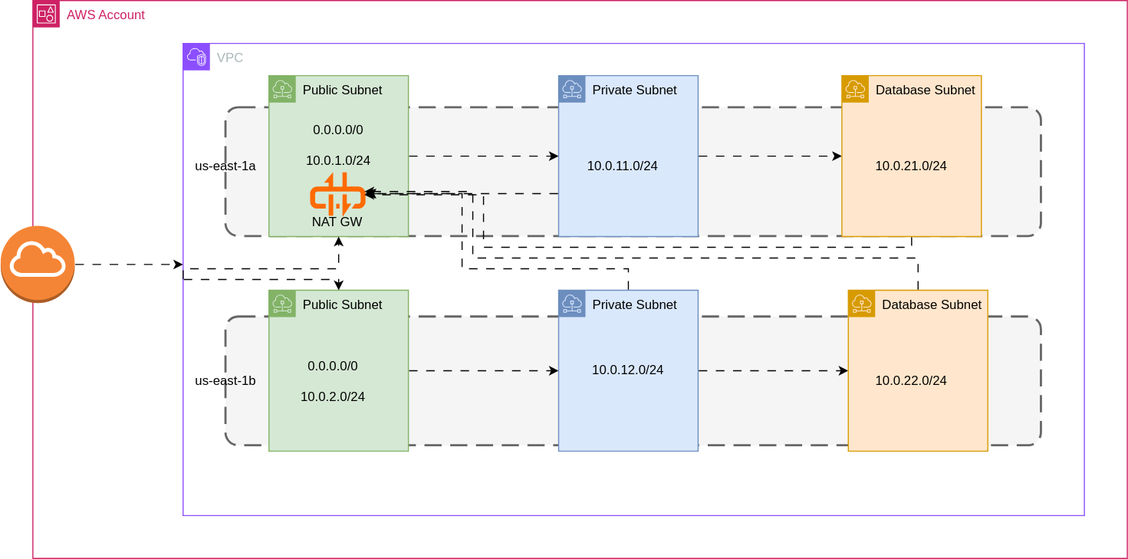
This is aws-vpc/images/AWS_VPC.drawio.svg from maheshbabu22neeli/terraform-platform, a draw.io export, as it was before one commit. Source tidied: cells renumbered, new cells last; positions are measured from the earlier drawing's top-left corner, leaving out a move shared by most shapes. Source of this version:
```xml
<mxGraphModel background="#ffffff">
  <root>
    <mxCell id="0" />
    <mxCell id="1" parent="0" />
    <mxCell id="2" value="AWS Account" style="gradientColor=none;html=1;whiteSpace=wrap;fontSize=12;fontStyle=0;shape=mxgraph.aws4.group;grIcon=mxgraph.aws4.group_account;strokeColor=#CD2264;fillColor=none;verticalAlign=top;align=left;spacingLeft=30;fontColor=#CD2264;dashed=0;" parent="1" vertex="1">
      <mxGeometry x="30" width="1020" height="520" as="geometry" />
    </mxCell>
    <mxCell id="3" value="VPC" style="points=[[0,0],[0.25,0],[0.5,0],[0.75,0],[1,0],[1,0.25],[1,0.5],[1,0.75],[1,1],[0.75,1],[0.5,1],[0.25,1],[0,1],[0,0.75],[0,0.5],[0,0.25]];outlineConnect=0;gradientColor=none;html=1;whiteSpace=wrap;fontSize=12;fontStyle=0;shape=mxgraph.aws4.group;grIcon=mxgraph.aws4.group_vpc2;strokeColor=#8C4FFF;fillColor=none;verticalAlign=top;align=left;spacingLeft=30;fontColor=#AAB7B8;dashed=0;" parent="2" vertex="1">
      <mxGeometry x="140" y="40" width="840" height="440" as="geometry" />
    </mxCell>
    <mxCell id="4" style="rounded=1;arcSize=10;dashed=1;strokeColor=#666666;fillColor=#f5f5f5;dashPattern=8 4;strokeWidth=2;fontColor=#333333;" parent="3" vertex="1">
      <mxGeometry x="40" y="60" width="760" height="120" as="geometry" />
    </mxCell>
    <mxCell id="5" style="rounded=1;arcSize=10;dashed=1;strokeColor=#666666;fillColor=#f5f5f5;dashPattern=8 4;strokeWidth=2;fontColor=#333333;" parent="3" vertex="1">
      <mxGeometry x="40" y="255" width="760" height="120" as="geometry" />
    </mxCell>
    <mxCell id="6" style="edgeStyle=orthogonalEdgeStyle;rounded=0;jettySize=auto;html=1;flowAnimation=1;" parent="3" edge="1" source="7" target="9">
      <mxGeometry relative="1" as="geometry" />
    </mxCell>
    <mxCell id="7" value="Public Subnet" style="sketch=0;outlineConnect=0;html=1;whiteSpace=wrap;fontSize=12;fontStyle=0;shape=mxgraph.aws4.group;grIcon=mxgraph.aws4.group_subnet;strokeColor=#82b366;fillColor=#d5e8d4;verticalAlign=top;align=left;spacingLeft=30;dashed=0;" parent="3" vertex="1">
      <mxGeometry x="80" y="30" width="130" height="150" as="geometry" />
    </mxCell>
    <mxCell id="8" style="edgeStyle=orthogonalEdgeStyle;rounded=0;jettySize=auto;html=1;flowAnimation=1;" parent="3" edge="1" source="9" target="10">
      <mxGeometry relative="1" as="geometry" />
    </mxCell>
    <mxCell id="9" value="Private Subnet" style="sketch=0;outlineConnect=0;html=1;whiteSpace=wrap;fontSize=12;fontStyle=0;shape=mxgraph.aws4.group;grIcon=mxgraph.aws4.group_subnet;strokeColor=#6c8ebf;fillColor=#dae8fc;verticalAlign=top;align=left;spacingLeft=30;dashed=0;" parent="3" vertex="1">
      <mxGeometry x="350" y="30" width="130" height="150" as="geometry" />
    </mxCell>
    <mxCell id="10" value="Database Subnet" style="sketch=0;outlineConnect=0;html=1;whiteSpace=wrap;fontSize=12;fontStyle=0;shape=mxgraph.aws4.group;grIcon=mxgraph.aws4.group_subnet;strokeColor=#d79b00;fillColor=#ffe6cc;verticalAlign=top;align=left;spacingLeft=30;dashed=0;" parent="3" vertex="1">
      <mxGeometry x="614" y="30" width="130" height="150" as="geometry" />
    </mxCell>
    <mxCell id="11" style="edgeStyle=orthogonalEdgeStyle;rounded=0;jettySize=auto;html=1;flowAnimation=1;" parent="3" edge="1" source="12" target="14">
      <mxGeometry relative="1" as="geometry" />
    </mxCell>
    <mxCell id="12" value="Public Subnet" style="sketch=0;outlineConnect=0;html=1;whiteSpace=wrap;fontSize=12;fontStyle=0;shape=mxgraph.aws4.group;grIcon=mxgraph.aws4.group_subnet;strokeColor=#82b366;fillColor=#d5e8d4;verticalAlign=top;align=left;spacingLeft=30;dashed=0;" parent="3" vertex="1">
      <mxGeometry x="80" y="230" width="130" height="150" as="geometry" />
    </mxCell>
    <mxCell id="13" style="edgeStyle=orthogonalEdgeStyle;rounded=0;jettySize=auto;html=1;flowAnimation=1;" parent="3" edge="1" source="14" target="15">
      <mxGeometry relative="1" as="geometry" />
    </mxCell>
    <mxCell id="14" value="Private Subnet" style="sketch=0;outlineConnect=0;html=1;whiteSpace=wrap;fontSize=12;fontStyle=0;shape=mxgraph.aws4.group;grIcon=mxgraph.aws4.group_subnet;strokeColor=#6c8ebf;fillColor=#dae8fc;verticalAlign=top;align=left;spacingLeft=30;dashed=0;" parent="3" vertex="1">
      <mxGeometry x="350" y="230" width="130" height="150" as="geometry" />
    </mxCell>
    <mxCell id="15" value="Database Subnet" style="sketch=0;outlineConnect=0;html=1;whiteSpace=wrap;fontSize=12;fontStyle=0;shape=mxgraph.aws4.group;grIcon=mxgraph.aws4.group_subnet;strokeColor=#d79b00;fillColor=#ffe6cc;verticalAlign=top;align=left;spacingLeft=30;dashed=0;" parent="3" vertex="1">
      <mxGeometry x="620" y="230" width="130" height="150" as="geometry" />
    </mxCell>
    <mxCell id="16" value="us-east-1a" style="text;html=1;whiteSpace=wrap;strokeColor=none;fillColor=none;align=center;verticalAlign=middle;rounded=0;" parent="3" vertex="1">
      <mxGeometry x="10" y="100" width="60" height="30" as="geometry" />
    </mxCell>
    <mxCell id="17" value="us-east-1b" style="text;html=1;whiteSpace=wrap;strokeColor=none;fillColor=none;align=center;verticalAlign=middle;rounded=0;" parent="3" vertex="1">
      <mxGeometry x="10" y="300" width="60" height="30" as="geometry" />
    </mxCell>
    <mxCell id="18" value="0.0.0.0/0&lt;br&gt;&lt;br&gt;10.0.1.0/24" style="text;html=1;whiteSpace=wrap;strokeColor=none;fillColor=none;align=center;verticalAlign=middle;rounded=0;" parent="3" vertex="1">
      <mxGeometry x="115" y="80" width="60" height="30" as="geometry" />
    </mxCell>
    <mxCell id="19" value="0.0.0.0/0&lt;br&gt;&lt;br&gt;10.0.2.0/24" style="text;html=1;whiteSpace=wrap;strokeColor=none;fillColor=none;align=center;verticalAlign=middle;rounded=0;" parent="3" vertex="1">
      <mxGeometry x="110" y="300" width="60" height="30" as="geometry" />
    </mxCell>
    <mxCell id="20" value="10.0.11.0/24" style="text;html=1;whiteSpace=wrap;strokeColor=none;fillColor=none;align=center;verticalAlign=middle;rounded=0;" parent="3" vertex="1">
      <mxGeometry x="380" y="100" width="60" height="30" as="geometry" />
    </mxCell>
    <mxCell id="21" value="10.0.12.0/24" style="text;html=1;whiteSpace=wrap;strokeColor=none;fillColor=none;align=center;verticalAlign=middle;rounded=0;" parent="3" vertex="1">
      <mxGeometry x="385" y="290" width="60" height="30" as="geometry" />
    </mxCell>
    <mxCell id="22" value="10.0.21.0/24" style="text;html=1;whiteSpace=wrap;strokeColor=none;fillColor=none;align=center;verticalAlign=middle;rounded=0;" parent="3" vertex="1">
      <mxGeometry x="649" y="100" width="60" height="30" as="geometry" />
    </mxCell>
    <mxCell id="23" value="10.0.22.0/24" style="text;html=1;whiteSpace=wrap;strokeColor=none;fillColor=none;align=center;verticalAlign=middle;rounded=0;" parent="3" vertex="1">
      <mxGeometry x="649" y="300" width="60" height="30" as="geometry" />
    </mxCell>
    <mxCell id="24" style="edgeStyle=orthogonalEdgeStyle;rounded=0;jettySize=auto;html=1;exitX=0;exitY=0.5;exitDx=0;exitDy=0;flowAnimation=1;" parent="3" edge="1" source="3" target="7">
      <mxGeometry relative="1" as="geometry">
        <Array as="points">
          <mxPoint y="210" />
          <mxPoint x="145" y="210" />
        </Array>
      </mxGeometry>
    </mxCell>
    <mxCell id="25" style="edgeStyle=orthogonalEdgeStyle;rounded=0;jettySize=auto;html=1;exitX=0;exitY=0.5;exitDx=0;exitDy=0;flowAnimation=1;" parent="3" edge="1" source="3" target="12">
      <mxGeometry relative="1" as="geometry">
        <Array as="points">
          <mxPoint x="145" y="220" />
        </Array>
      </mxGeometry>
    </mxCell>
    <mxCell id="26" style="points=[];html=1;align=center;shadow=0;dashed=0;fillColor=#FF6A00;strokeColor=none;shape=mxgraph.alibaba_cloud.nat_gateway;" parent="3" vertex="1">
      <mxGeometry x="118.4" y="120" width="51.6" height="41.7" as="geometry" />
    </mxCell>
    <mxCell id="27" style="edgeStyle=orthogonalEdgeStyle;rounded=0;jettySize=auto;html=1;entryX=1.019;entryY=0.48;entryDx=0;entryDy=0;entryPerimeter=0;flowAnimation=1;" parent="3" edge="1" source="14" target="26">
      <mxGeometry relative="1" as="geometry">
        <Array as="points">
          <mxPoint x="415" y="210" />
          <mxPoint x="260" y="210" />
          <mxPoint x="260" y="140" />
        </Array>
      </mxGeometry>
    </mxCell>
    <mxCell id="28" value="NAT GW" style="text;html=1;whiteSpace=wrap;strokeColor=none;fillColor=none;align=center;verticalAlign=middle;rounded=0;" parent="3" vertex="1">
      <mxGeometry x="114.2" y="161.7" width="60" height="10" as="geometry" />
    </mxCell>
    <mxCell id="29" style="edgeStyle=orthogonalEdgeStyle;rounded=0;jettySize=auto;html=1;entryX=0.692;entryY=0.733;entryDx=0;entryDy=0;entryPerimeter=0;flowAnimation=1;" parent="3" edge="1" source="9" target="7">
      <mxGeometry relative="1" as="geometry">
        <Array as="points">
          <mxPoint x="320" y="140" />
          <mxPoint x="320" y="140" />
        </Array>
      </mxGeometry>
    </mxCell>
    <mxCell id="30" style="edgeStyle=orthogonalEdgeStyle;rounded=0;jettySize=auto;html=1;entryX=0.981;entryY=0.432;entryDx=0;entryDy=0;entryPerimeter=0;flowAnimation=1;" parent="3" edge="1" source="15" target="26">
      <mxGeometry relative="1" as="geometry">
        <Array as="points">
          <mxPoint x="685" y="200" />
          <mxPoint x="270" y="200" />
          <mxPoint x="270" y="138" />
        </Array>
      </mxGeometry>
    </mxCell>
    <mxCell id="31" style="edgeStyle=orthogonalEdgeStyle;rounded=0;jettySize=auto;html=1;entryX=0.981;entryY=0.504;entryDx=0;entryDy=0;entryPerimeter=0;flowAnimation=1;" parent="3" edge="1" source="10" target="26">
      <mxGeometry relative="1" as="geometry">
        <Array as="points">
          <mxPoint x="679" y="190" />
          <mxPoint x="280" y="190" />
          <mxPoint x="280" y="141" />
        </Array>
      </mxGeometry>
    </mxCell>
    <mxCell id="32" style="outlineConnect=0;dashed=0;verticalLabelPosition=bottom;verticalAlign=top;align=center;html=1;shape=mxgraph.aws3.internet_gateway;fillColor=#F58536;gradientColor=none;" parent="2" vertex="1">
      <mxGeometry x="-30" y="210" width="69" height="72" as="geometry" />
    </mxCell>
    <mxCell id="33" style="edgeStyle=orthogonalEdgeStyle;rounded=0;jettySize=auto;html=1;shape=wire;dashed=1;flowAnimation=1;" parent="2" edge="1" source="32">
      <mxGeometry relative="1" as="geometry">
        <mxPoint x="140" y="246" as="targetPoint" />
      </mxGeometry>
    </mxCell>
  </root>
</mxGraphModel>
```
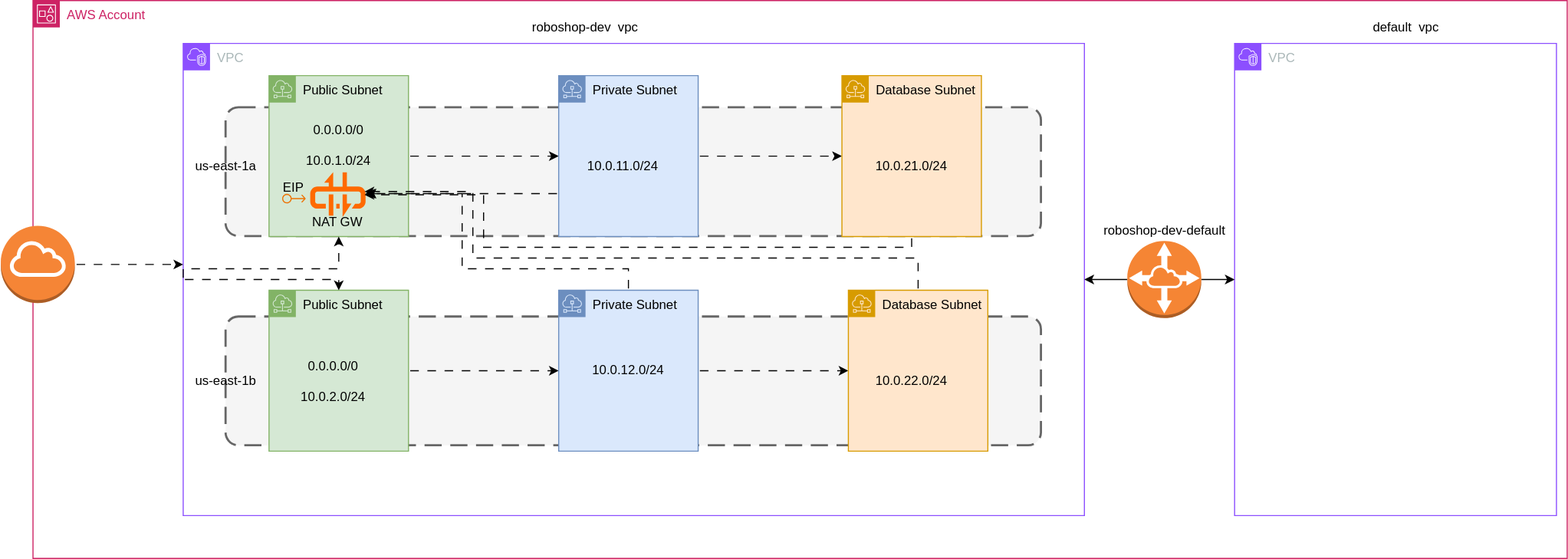
After the commit.

Commit message:
Terraform - Peering VPC connection

Diff of the diagram source:
```diff
@@ -3,7 +3,7 @@
     <mxCell id="0" />
     <mxCell id="1" parent="0" />
     <mxCell id="2" value="AWS Account" style="gradientColor=none;html=1;whiteSpace=wrap;fontSize=12;fontStyle=0;shape=mxgraph.aws4.group;grIcon=mxgraph.aws4.group_account;strokeColor=#CD2264;fillColor=none;verticalAlign=top;align=left;spacingLeft=30;fontColor=#CD2264;dashed=0;" parent="1" vertex="1">
-      <mxGeometry x="30" width="1020" height="520" as="geometry" />
+      <mxGeometry x="30" width="1430" height="520" as="geometry" />
     </mxCell>
     <mxCell id="3" value="VPC" style="points=[[0,0],[0.25,0],[0.5,0],[0.75,0],[1,0],[1,0.25],[1,0.5],[1,0.75],[1,1],[0.75,1],[0.5,1],[0.25,1],[0,1],[0,0.75],[0,0.5],[0,0.25]];outlineConnect=0;gradientColor=none;html=1;whiteSpace=wrap;fontSize=12;fontStyle=0;shape=mxgraph.aws4.group;grIcon=mxgraph.aws4.group_vpc2;strokeColor=#8C4FFF;fillColor=none;verticalAlign=top;align=left;spacingLeft=30;fontColor=#AAB7B8;dashed=0;" parent="2" vertex="1">
       <mxGeometry x="140" y="40" width="840" height="440" as="geometry" />
@@ -124,6 +124,12 @@
         </Array>
       </mxGeometry>
     </mxCell>
+    <mxCell id="34" style="sketch=0;fontColor=#232F3E;gradientColor=none;fillColor=#ED7100;strokeColor=none;dashed=0;verticalLabelPosition=bottom;verticalAlign=top;align=center;html=1;fontSize=12;fontStyle=0;shape=mxgraph.aws4.elastic_ip_address;" parent="3" vertex="1">
+      <mxGeometry x="92.2" y="140" width="22" height="9.2" as="geometry" />
+    </mxCell>
+    <mxCell id="35" value="EIP" style="text;html=1;whiteSpace=wrap;strokeColor=none;fillColor=none;align=center;verticalAlign=middle;rounded=0;" parent="3" vertex="1">
+      <mxGeometry x="73.2" y="130" width="60" height="10" as="geometry" />
+    </mxCell>
     <mxCell id="32" style="outlineConnect=0;dashed=0;verticalLabelPosition=bottom;verticalAlign=top;align=center;html=1;shape=mxgraph.aws3.internet_gateway;fillColor=#F58536;gradientColor=none;" parent="2" vertex="1">
       <mxGeometry x="-30" y="210" width="69" height="72" as="geometry" />
     </mxCell>
@@ -132,5 +138,26 @@
         <mxPoint x="140" y="246" as="targetPoint" />
       </mxGeometry>
     </mxCell>
+    <mxCell id="36" value="VPC" style="points=[[0,0],[0.25,0],[0.5,0],[0.75,0],[1,0],[1,0.25],[1,0.5],[1,0.75],[1,1],[0.75,1],[0.5,1],[0.25,1],[0,1],[0,0.75],[0,0.5],[0,0.25]];outlineConnect=0;gradientColor=none;html=1;whiteSpace=wrap;fontSize=12;fontStyle=0;shape=mxgraph.aws4.group;grIcon=mxgraph.aws4.group_vpc2;strokeColor=#8C4FFF;fillColor=none;verticalAlign=top;align=left;spacingLeft=30;fontColor=#AAB7B8;dashed=0;" parent="2" vertex="1">
+      <mxGeometry x="1120" y="40" width="300" height="440" as="geometry" />
+    </mxCell>
+    <mxCell id="37" style="edgeStyle=orthogonalEdgeStyle;rounded=0;jettySize=auto;html=1;entryX=1;entryY=0.5;entryDx=0;entryDy=0;" parent="2" edge="1" source="39" target="3">
+      <mxGeometry relative="1" as="geometry" />
+    </mxCell>
+    <mxCell id="38" style="edgeStyle=orthogonalEdgeStyle;rounded=0;jettySize=auto;html=1;entryX=0;entryY=0.5;entryDx=0;entryDy=0;" parent="2" edge="1" source="39" target="36">
+      <mxGeometry relative="1" as="geometry" />
+    </mxCell>
+    <mxCell id="39" style="outlineConnect=0;dashed=0;verticalLabelPosition=bottom;verticalAlign=top;align=center;html=1;shape=mxgraph.aws3.vpc_peering;fillColor=#F58534;gradientColor=none;" parent="2" vertex="1">
+      <mxGeometry x="1020" y="224" width="69" height="72" as="geometry" />
+    </mxCell>
+    <mxCell id="40" value="roboshop-dev&amp;nbsp; vpc" style="text;html=1;whiteSpace=wrap;strokeColor=none;fillColor=none;align=center;verticalAlign=middle;rounded=0;" parent="2" vertex="1">
+      <mxGeometry x="460" y="10" width="110" height="30" as="geometry" />
+    </mxCell>
+    <mxCell id="41" value="default&amp;nbsp; vpc" style="text;html=1;whiteSpace=wrap;strokeColor=none;fillColor=none;align=center;verticalAlign=middle;rounded=0;" parent="1" vertex="1">
+      <mxGeometry x="1260" y="10" width="100" height="30" as="geometry" />
+    </mxCell>
+    <mxCell id="42" value="roboshop-dev-default" style="text;html=1;whiteSpace=wrap;strokeColor=none;fillColor=none;align=center;verticalAlign=middle;rounded=0;" parent="1" vertex="1">
+      <mxGeometry x="1020" y="200" width="130" height="30" as="geometry" />
+    </mxCell>
   </root>
 </mxGraphModel>
```
